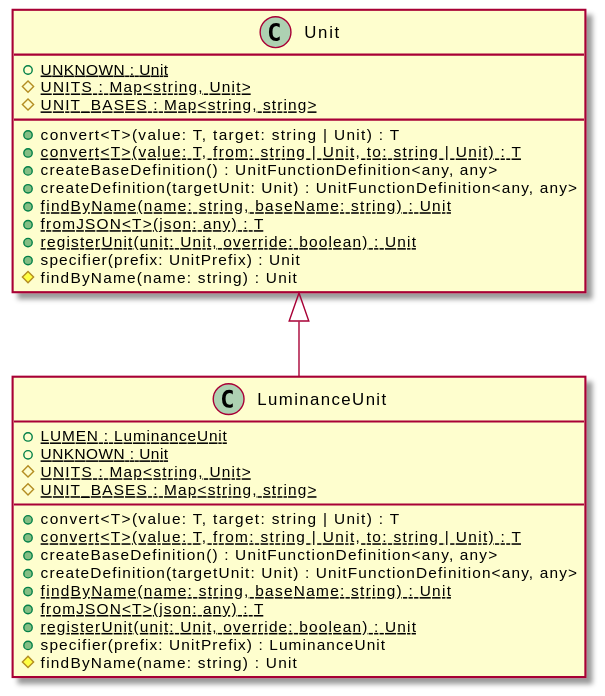
Earlier version of the PlantUML export assets/LuminanceUnit-umlClassDiagram-1390.svg (OpenHPS/openhps-core).
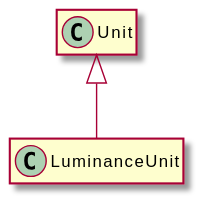
After the change.

Change to the diagram source:
```diff
@@ -3,33 +3,8 @@
 hide empty methods
 hide empty fields
 class "LuminanceUnit" {
-    {static} +LUMEN : LuminanceUnit
-    {static} +UNKNOWN : Unit
-    {static} #UNITS : Map<string, Unit>
-    {static} #UNIT_BASES : Map<string, string>
-    +convert<T>(value: T, target: string | Unit) : T
-    {static} +convert<T>(value: T, from: string | Unit, to: string | Unit) : T
-    +createBaseDefinition() : UnitFunctionDefinition<any, any>
-    +createDefinition(targetUnit: Unit) : UnitFunctionDefinition<any, any>
-    {static} +findByName(name: string, baseName: string) : Unit
-    {static} +fromJSON<T>(json: any) : T
-    {static} +registerUnit(unit: Unit, override: boolean) : Unit
-    +specifier(prefix: UnitPrefix) : LuminanceUnit
-    #findByName(name: string) : Unit
 }
 class "Unit" {
-    {static} +UNKNOWN : Unit
-    {static} #UNITS : Map<string, Unit>
-    {static} #UNIT_BASES : Map<string, string>
-    +convert<T>(value: T, target: string | Unit) : T
-    {static} +convert<T>(value: T, from: string | Unit, to: string | Unit) : T
-    +createBaseDefinition() : UnitFunctionDefinition<any, any>
-    +createDefinition(targetUnit: Unit) : UnitFunctionDefinition<any, any>
-    {static} +findByName(name: string, baseName: string) : Unit
-    {static} +fromJSON<T>(json: any) : T
-    {static} +registerUnit(unit: Unit, override: boolean) : Unit
-    +specifier(prefix: UnitPrefix) : Unit
-    #findByName(name: string) : Unit
 }
 "Unit" <|-- "LuminanceUnit"
 @enduml
```
